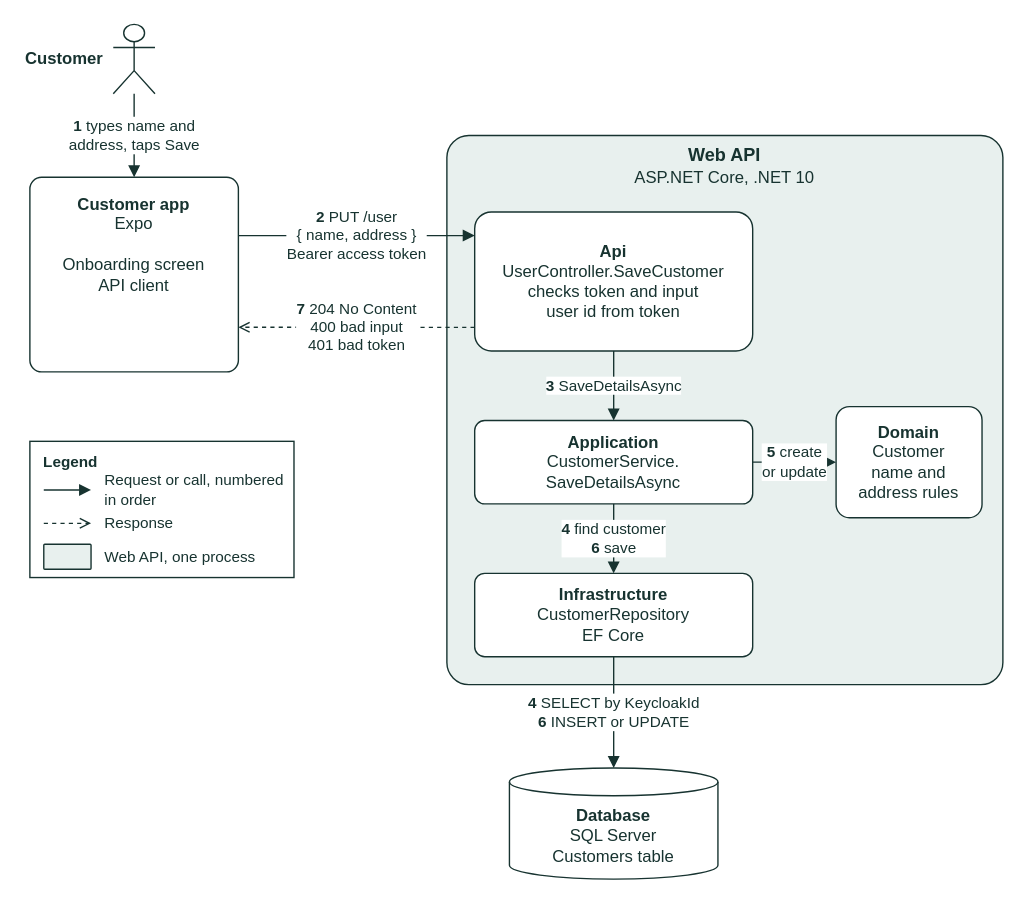
The draw.io diagram docs/assets/drawio/save-customer-flow.drawio in Mosekjaer/prepmeup, before the edit. Source tidied: cells renumbered, new cells numbered last; positions are measured from the earlier drawing's top-left corner, leaving out a move shared by most shapes. Both pictures are drawn from the tidied source at 139%, with x=0, y=0 at pixel (29, 24).
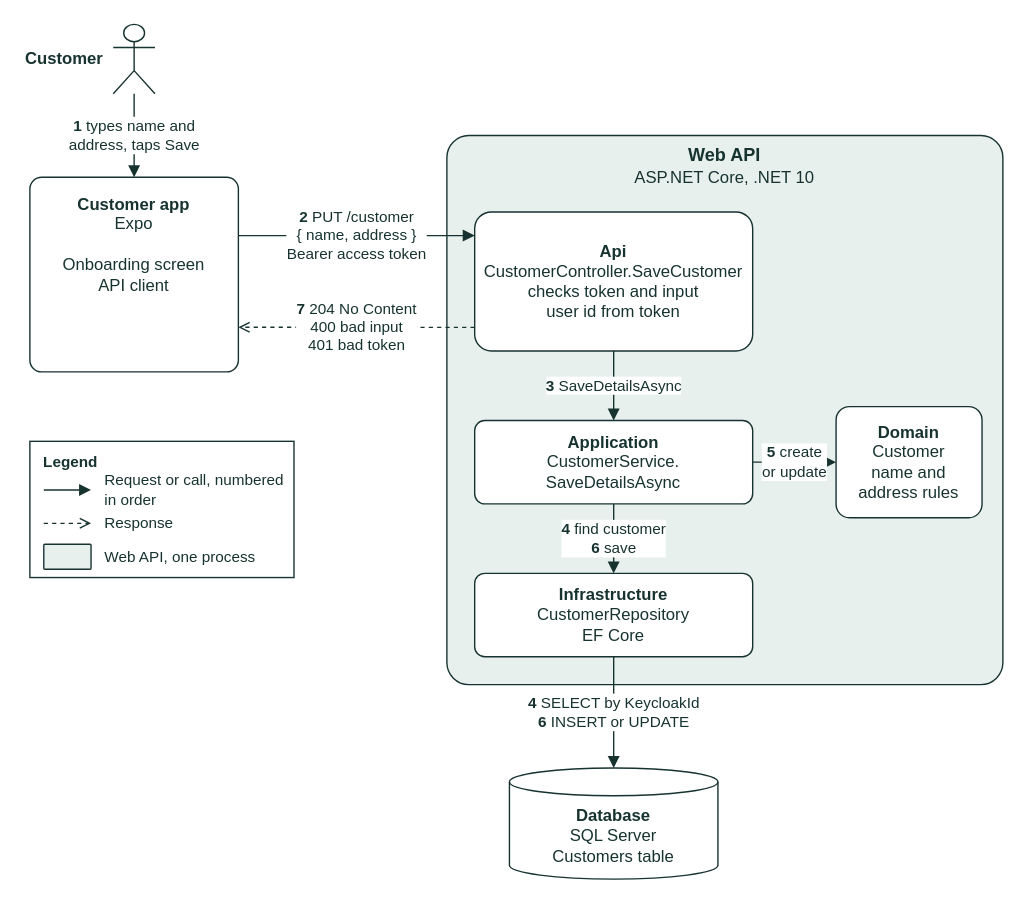
After the change.

Unchanged cells that the change refers to:
```xml
<mxCell id="3" value="&lt;b&gt;Customer app&lt;/b&gt;&lt;br&gt;Expo&lt;br&gt;&lt;br&gt;Onboarding screen&lt;br&gt;API client" style="rounded=1;arcSize=6;whiteSpace=wrap;html=1;fillColor=#FFFFFF;strokeColor=#173330;fontColor=#173330;fontSize=12;verticalAlign=top;spacingTop=6;fontFamily=Arial;" parent="1" vertex="1">
  <mxGeometry y="110" width="150" height="140" as="geometry" />
</mxCell>
<mxCell id="4" value="&lt;b&gt;Web API&lt;/b&gt;&lt;br&gt;&lt;span style=&quot;font-size:12px;font-weight:normal&quot;&gt;ASP.NET Core, .NET 10&lt;/span&gt;" style="rounded=1;arcSize=4;whiteSpace=wrap;html=1;fillColor=#E8F0EE;strokeColor=#173330;fontColor=#173330;verticalAlign=top;fontSize=13;fontFamily=Arial;fontStyle=1;" parent="1" vertex="1">
  <mxGeometry x="300" y="80" width="400" height="395" as="geometry" />
</mxCell>
```

Diff of the diagram source:
```diff
@@
-    <mxCell id="5" value="&lt;b&gt;Api&lt;/b&gt;&lt;br&gt;UserController.SaveCustomer&lt;br&gt;checks token and input&lt;br&gt;user id from token" style="rounded=1;arcSize=12;whiteSpace=wrap;html=1;spacingLeft=6;spacingRight=6;fillColor=#FFFFFF;strokeColor=#173330;fontColor=#173330;fontSize=12;fontFamily=Arial;" parent="4" vertex="1">
+    <mxCell id="5" value="&lt;b&gt;Api&lt;/b&gt;&lt;br&gt;CustomerController.SaveCustomer&lt;br&gt;checks token and input&lt;br&gt;user id from token" style="rounded=1;arcSize=12;whiteSpace=wrap;html=1;spacingLeft=6;spacingRight=6;fillColor=#FFFFFF;strokeColor=#173330;fontColor=#173330;fontSize=12;fontFamily=Arial;" parent="4" vertex="1">
       <mxGeometry x="20" y="55" width="200" height="100" as="geometry" />
     </mxCell>
@@
-    <mxCell id="18" value="&lt;b&gt;2&lt;/b&gt; PUT /user&lt;br&gt;{ name, address }&lt;br&gt;Bearer access token" style="edgeStyle=orthogonalEdgeStyle;rounded=0;html=1;strokeColor=#173330;endArrow=block;endFill=1;fontSize=11;fontColor=#173330;labelBackgroundColor=#FFFFFF;fontFamily=Arial;exitX=1;exitY=0.3;exitDx=0;exitDy=0;entryX=0;entryY=0.17;entryDx=0;entryDy=0;" parent="1" edge="1" source="3" target="5">
+    <mxCell id="18" value="&lt;b&gt;2&lt;/b&gt; PUT /customer&lt;br&gt;{ name, address }&lt;br&gt;Bearer access token" style="edgeStyle=orthogonalEdgeStyle;rounded=0;html=1;strokeColor=#173330;endArrow=block;endFill=1;fontSize=11;fontColor=#173330;labelBackgroundColor=#FFFFFF;fontFamily=Arial;exitX=1;exitY=0.3;exitDx=0;exitDy=0;entryX=0;entryY=0.17;entryDx=0;entryDy=0;" parent="1" edge="1" source="3" target="5">
       <mxGeometry relative="1" as="geometry" />
     </mxCell>
```
